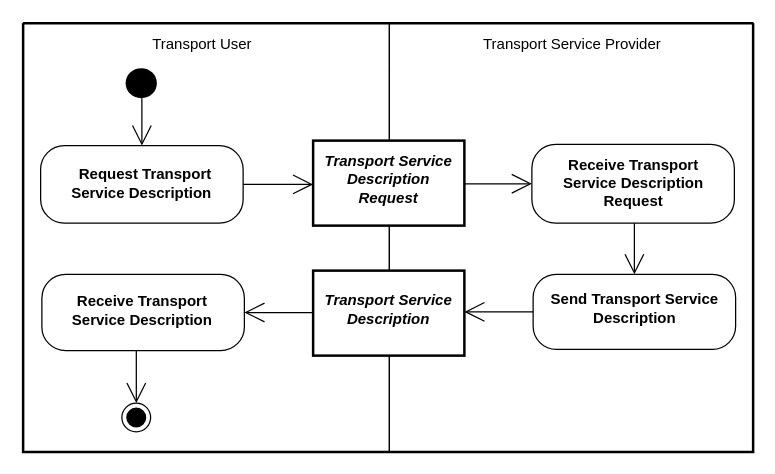
Above: diagrams/UBL-2.2-IMFM-TransportServiceDescription/UBL-2.2-IMFM-TransportServiceDescription.drawio in kduvekot/ubl-work-on-svg-images (draw.io), before the change. Source tidied: cells renumbered, new cells numbered last; positions are measured from the earlier drawing's top-left corner, leaving out a move shared by most shapes. Both pictures are drawn from the tidied source at 125%, with x=0, y=0 at pixel (22, 22).
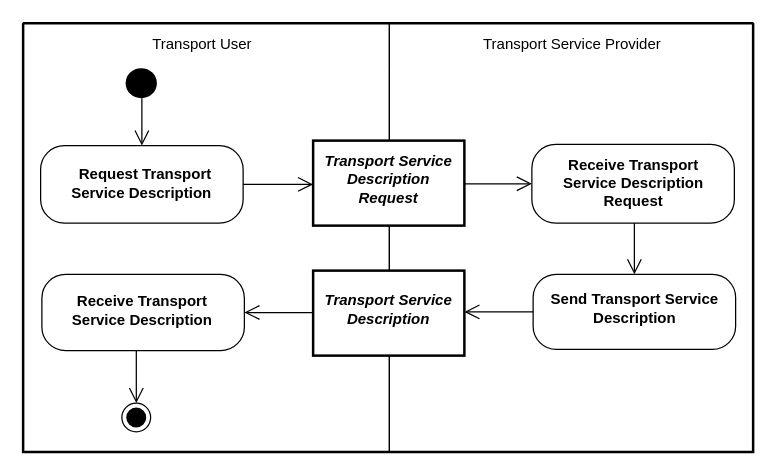
After the change.

Change to the diagram source:
```diff
@@
 <mxGraphModel>
   <root>
     <mxCell id="0" />
     <mxCell id="1" parent="0" />
     <mxCell id="2" style="swimlane;html=1;startSize=0;whiteSpace=wrap;fillColor=none;strokeWidth=2;" parent="1" vertex="1">
       <mxGeometry width="584" height="343" as="geometry" />
     </mxCell>
     <mxCell id="3" value="Transport User" style="swimlane;horizontal=1;startSize=33;swimlaneLine=0;html=1;fillColor=none;fontStyle=0;spacing=0;spacingRight=7;" parent="2" vertex="1">
       <mxGeometry width="293" height="343" as="geometry" />
     </mxCell>
     <mxCell id="4" value="Transport Service Provider" style="swimlane;horizontal=1;startSize=33;swimlaneLine=0;html=1;fillColor=none;fontStyle=0;spacing=0;" parent="2" vertex="1">
       <mxGeometry x="293" width="291" height="343" as="geometry" />
     </mxCell>
     <mxCell id="5" style="ellipse;shape=startState;fillColor=#000000;strokeColor=none;html=1;" parent="3" vertex="1">
       <mxGeometry x="78" y="32" width="33" height="32" as="geometry" />
     </mxCell>
     <mxCell id="6" value="Transport Service&lt;br&gt;Description&lt;br&gt;Request" style="rounded=0;html=1;whiteSpace=nowrap;fontStyle=3;align=center;verticalAlign=middle;spacing=0;spacingRight=1;spacingBottom=6;strokeWidth=2;" parent="4" vertex="1">
       <mxGeometry x="-61" y="94" width="121" height="68" as="geometry" />
     </mxCell>
     <mxCell id="7" value="Receive Transport&lt;br&gt;Service Description&lt;br&gt;Request" style="rounded=1;absoluteArcSize=1;arcSize=38;html=1;whiteSpace=nowrap;fontStyle=1;align=center;verticalAlign=middle;spacing=0;spacingRight=1;spacingBottom=2;" parent="4" vertex="1">
       <mxGeometry x="114" y="97" width="162" height="63" as="geometry" />
     </mxCell>
     <mxCell id="8" value="Request Transport&lt;br&gt;Service Description" style="rounded=1;absoluteArcSize=1;arcSize=38;html=1;whiteSpace=nowrap;fontStyle=1;align=right;verticalAlign=middle;spacing=0;spacingRight=26;spacingBottom=3;" parent="3" vertex="1">
       <mxGeometry x="14" y="98" width="162" height="62" as="geometry" />
     </mxCell>
     <mxCell id="9" value="Transport Service&lt;br&gt;Description" style="rounded=0;html=1;whiteSpace=nowrap;fontStyle=3;align=center;verticalAlign=middle;spacing=0;spacingRight=2;spacingBottom=6;strokeWidth=2;" parent="4" vertex="1">
       <mxGeometry x="-61" y="198" width="121" height="68" as="geometry" />
     </mxCell>
     <mxCell id="10" value="Receive Transport&lt;br&gt;Service Description" style="rounded=1;absoluteArcSize=1;arcSize=38;html=1;whiteSpace=nowrap;fontStyle=1;align=center;verticalAlign=middle;spacing=0;spacingRight=2;spacingBottom=3;" parent="3" vertex="1">
       <mxGeometry x="15" y="201" width="162" height="61" as="geometry" />
     </mxCell>
     <mxCell id="11" value="Send Transport Service&lt;br&gt;Description" style="rounded=1;absoluteArcSize=1;arcSize=37;html=1;whiteSpace=nowrap;fontStyle=1;align=center;verticalAlign=middle;spacing=0;spacingRight=1;spacingBottom=6;" parent="4" vertex="1">
       <mxGeometry x="115" y="201" width="162" height="60" as="geometry" />
     </mxCell>
     <mxCell id="12" style="ellipse;shape=endState;fillColor=#000000;html=1;" parent="3" vertex="1">
       <mxGeometry x="79" y="304" width="23" height="23" as="geometry" />
     </mxCell>
-    <mxCell id="13" style="edgeStyle=none;rounded=0;html=1;endArrow=open;endFill=0;endSize=14;exitPerimeter=0;entryX=0.5;entryY=0;entryPerimeter=0;exitX=0.515152;exitY=0.8754;" parent="3" edge="1" source="5" target="8">
+    <mxCell id="13" style="edgeStyle=none;rounded=0;html=1;endArrow=open;endFill=0;endSize=10;exitPerimeter=0;entryX=0.5;entryY=0;entryPerimeter=0;exitX=0.515152;exitY=0.8754;" parent="3" edge="1" source="5" target="8">
       <mxGeometry relative="1" as="geometry" />
     </mxCell>
-    <mxCell id="14" style="edgeStyle=none;rounded=0;html=1;endArrow=open;endFill=0;endSize=14;exitX=1;exitY=0.5;exitPerimeter=0;entryPerimeter=0;entryX=0;entryY=0.514706;" parent="2" edge="1" source="8" target="6">
+    <mxCell id="14" style="edgeStyle=none;rounded=0;html=1;endArrow=open;endFill=0;endSize=10;exitX=1;exitY=0.5;exitPerimeter=0;entryPerimeter=0;entryX=0;entryY=0.514706;" parent="2" edge="1" source="8" target="6">
       <mxGeometry relative="1" as="geometry" />
     </mxCell>
-    <mxCell id="15" style="edgeStyle=none;rounded=0;html=1;endArrow=open;endFill=0;endSize=14;exitPerimeter=0;entryX=0;entryY=0.5;entryPerimeter=0;exitX=1;exitY=0.507353;" parent="4" edge="1" source="6" target="7">
+    <mxCell id="15" style="edgeStyle=none;rounded=0;html=1;endArrow=open;endFill=0;endSize=10;exitPerimeter=0;entryX=0;entryY=0.5;entryPerimeter=0;exitX=1;exitY=0.507353;" parent="4" edge="1" source="6" target="7">
       <mxGeometry relative="1" as="geometry" />
     </mxCell>
-    <mxCell id="16" style="edgeStyle=none;rounded=0;html=1;endArrow=open;endFill=0;endSize=14;exitPerimeter=0;entryX=0.5;entryY=0;entryPerimeter=0;exitX=0.506173;exitY=1;" parent="4" edge="1" source="7" target="11">
+    <mxCell id="16" style="edgeStyle=none;rounded=0;html=1;endArrow=open;endFill=0;endSize=10;exitPerimeter=0;entryX=0.5;entryY=0;entryPerimeter=0;exitX=0.506173;exitY=1;" parent="4" edge="1" source="7" target="11">
       <mxGeometry relative="1" as="geometry" />
     </mxCell>
-    <mxCell id="17" style="edgeStyle=none;rounded=0;html=1;endArrow=open;endFill=0;endSize=14;exitPerimeter=0;entryX=1;entryY=0.5;entryPerimeter=0;exitX=0;exitY=0.492647;" parent="2" edge="1" source="9" target="10">
+    <mxCell id="17" style="edgeStyle=none;rounded=0;html=1;endArrow=open;endFill=0;endSize=10;exitPerimeter=0;entryX=1;entryY=0.5;entryPerimeter=0;exitX=0;exitY=0.492647;" parent="2" edge="1" source="9" target="10">
       <mxGeometry relative="1" as="geometry" />
     </mxCell>
-    <mxCell id="18" style="edgeStyle=none;rounded=0;html=1;endArrow=open;endFill=0;endSize=14;exitX=0;exitY=0.5;exitPerimeter=0;entryPerimeter=0;entryX=1;entryY=0.485294;" parent="4" edge="1" source="11" target="9">
+    <mxCell id="18" style="edgeStyle=none;rounded=0;html=1;endArrow=open;endFill=0;endSize=10;exitX=0;exitY=0.5;exitPerimeter=0;entryPerimeter=0;entryX=1;entryY=0.485294;" parent="4" edge="1" source="11" target="9">
       <mxGeometry relative="1" as="geometry" />
     </mxCell>
-    <mxCell id="19" style="edgeStyle=none;rounded=0;html=1;endArrow=open;endFill=0;endSize=14;exitPerimeter=0;entryX=0.5022;entryY=0;entryPerimeter=0;exitX=0.466362;exitY=1;" parent="3" edge="1" source="10" target="12">
+    <mxCell id="19" style="edgeStyle=none;rounded=0;html=1;endArrow=open;endFill=0;endSize=10;exitPerimeter=0;entryX=0.5022;entryY=0;entryPerimeter=0;exitX=0.466362;exitY=1;" parent="3" edge="1" source="10" target="12">
       <mxGeometry relative="1" as="geometry" />
     </mxCell>
   </root>
 </mxGraphModel>
```
